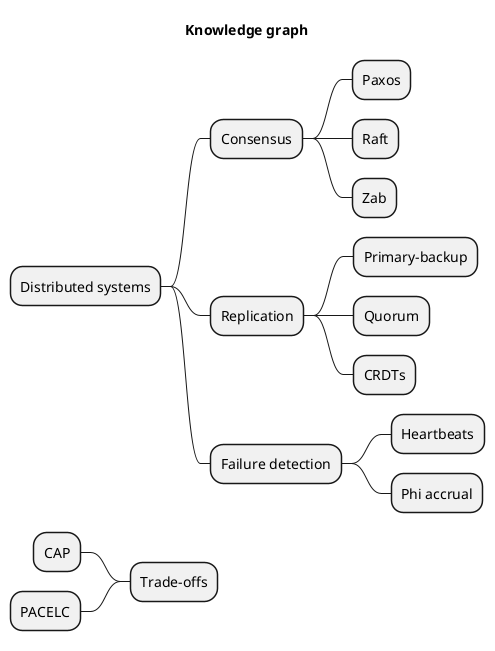
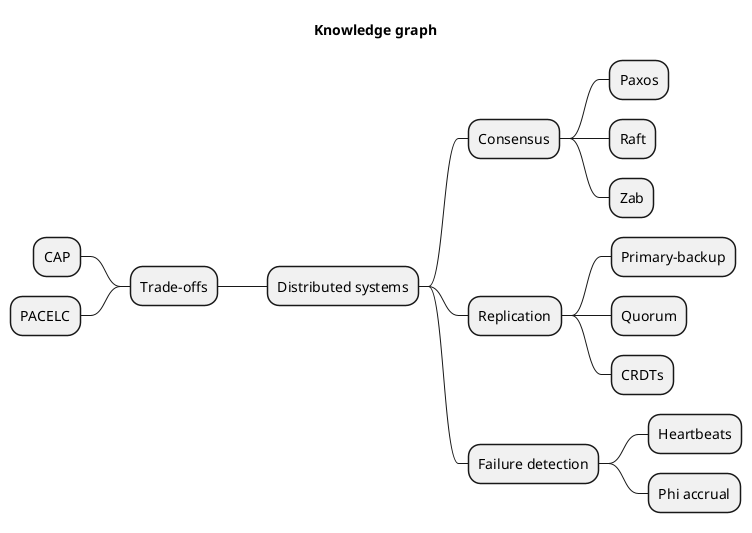
@startmindmap
title Knowledge graph

* Distributed systems
** Consensus
*** Paxos
*** Raft
*** Zab
** Replication
*** Primary-backup
*** Quorum
*** CRDTs
** Failure detection
*** Heartbeats
*** Phi accrual
- - Trade-offs
- -- CAP
- -- PACELC
+ -- Trade-offs
+ --- CAP
+ --- PACELC
@endmindmap
